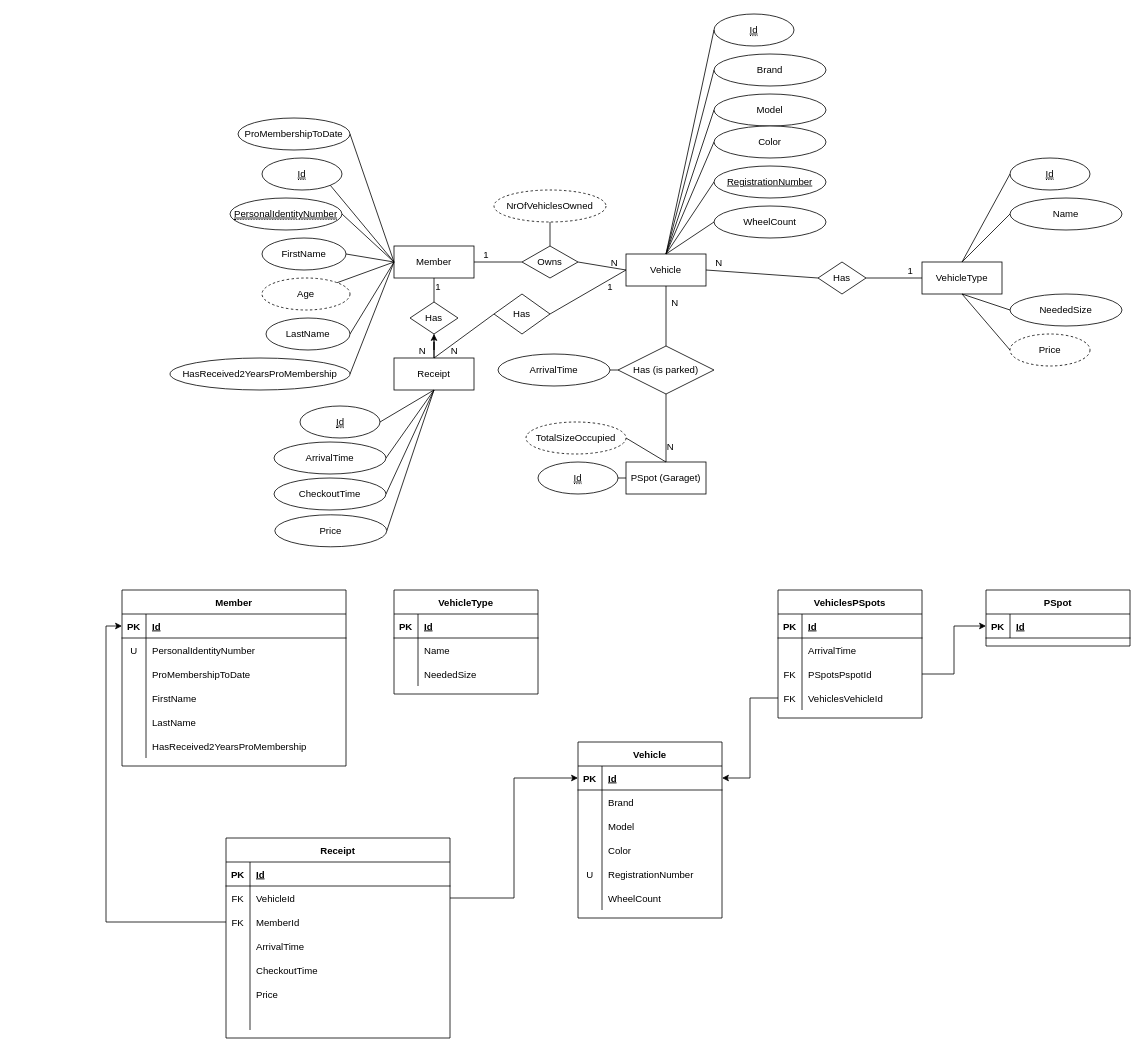
The draw.io diagram MVCGarage/DrawIO/ERGarage.drawio in mskogfeldt/MVCGarage, before the edit. Source tidied: cells renumbered, new cells numbered last; positions are measured from the earlier drawing's top-left corner, leaving out a move shared by most shapes. Both pictures are drawn from the tidied source at 80%, with x=0, y=0 at pixel (122, 14).
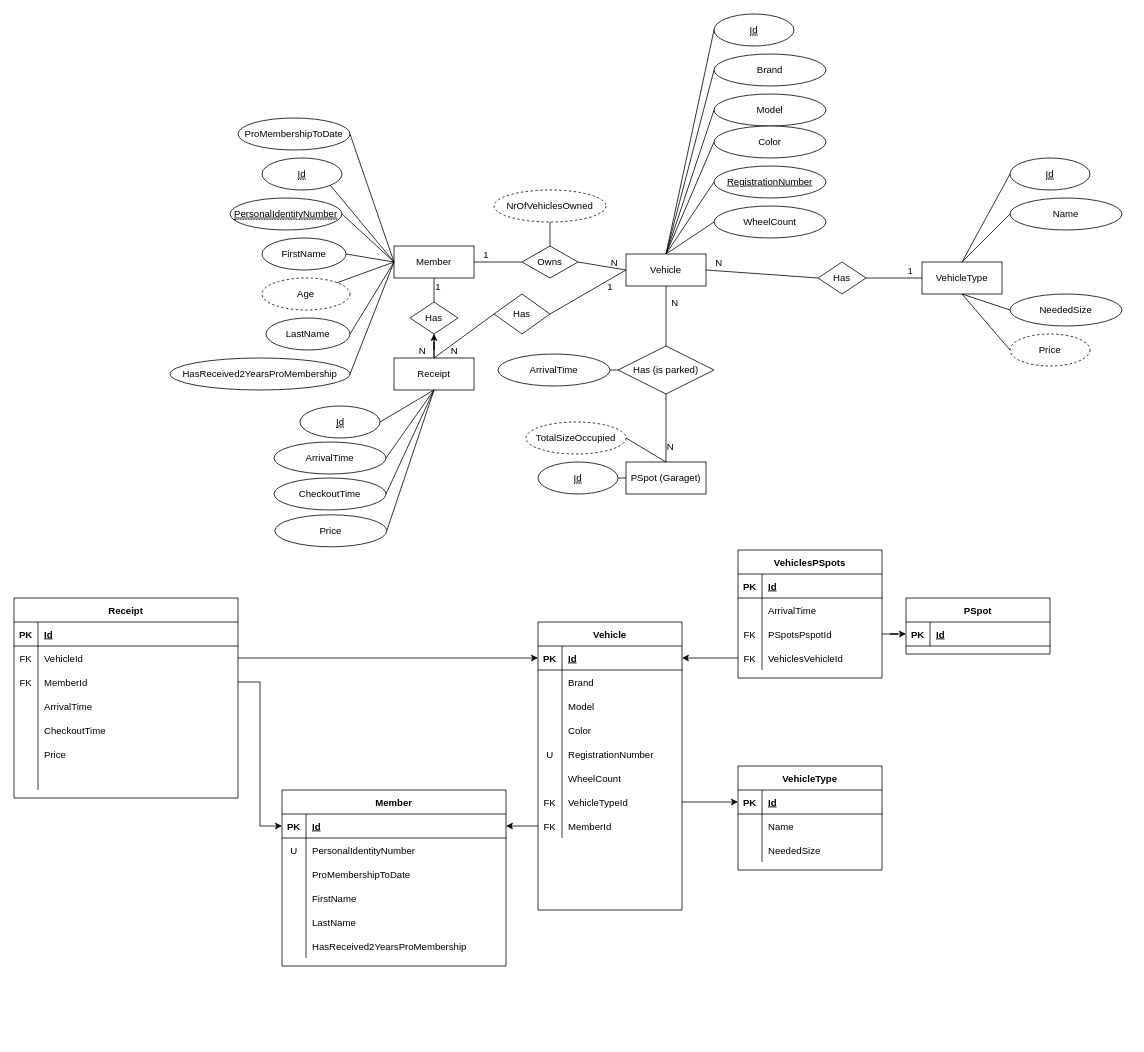
The same page after the edit.

Commit message:
two foreign keys was missing in ER-diagram. Added those and drew lines

Unchanged cells that the change refers to:
```xml
<mxCell id="91" style="shape=tableRow;horizontal=0;startSize=0;swimlaneHead=0;swimlaneBody=0;fillColor=none;points=[[0,0.5],[1,0.5]];portConstraint=eastwest;top=0;left=0;right=0;bottom=1;" parent="90" vertex="1">
  <mxGeometry y="30" width="280" height="30" as="geometry" />
</mxCell>
<mxCell id="127" style="shape=tableRow;horizontal=0;startSize=0;swimlaneHead=0;swimlaneBody=0;fillColor=none;points=[[0,0.5],[1,0.5]];portConstraint=eastwest;top=0;left=0;right=0;bottom=1;" parent="126" vertex="1">
  <mxGeometry y="30" width="180" height="30" as="geometry" />
</mxCell>
```

The edit, as a diff of the source:
```diff
@@
     <mxCell id="44" value="Vehicle" style="shape=table;startSize=30;childLayout=tableLayout;rowLines=0;fontStyle=1;align=center;" parent="1" vertex="1">
-      <mxGeometry x="570" y="910" width="180" height="220" as="geometry" />
+      <mxGeometry x="520" y="760" width="180" height="360" as="geometry" />
     </mxCell>
@@
+    <mxCell id="175" style="shape=tableRow;horizontal=0;startSize=0;swimlaneHead=0;swimlaneBody=0;fillColor=none;points=[[0,0.5],[1,0.5]];portConstraint=eastwest;top=0;left=0;right=0;bottom=0;" parent="44" vertex="1">
+      <mxGeometry y="210" width="180" height="30" as="geometry" />
+    </mxCell>
+    <mxCell id="176" value="FK" style="shape=partialRectangle;fillColor=none;top=0;left=0;bottom=0;right=0;fontStyle=0;overflow=hidden;" parent="175" vertex="1">
+      <mxGeometry width="30" height="30" as="geometry" />
+    </mxCell>
+    <mxCell id="177" value="VehicleTypeId" style="shape=partialRectangle;fillColor=none;top=0;left=0;bottom=0;right=0;align=left;spacingLeft=6;fontStyle=0;overflow=hidden;" parent="175" vertex="1">
+      <mxGeometry x="30" width="150" height="30" as="geometry" />
+    </mxCell>
+    <mxCell id="178" style="shape=tableRow;horizontal=0;startSize=0;swimlaneHead=0;swimlaneBody=0;fillColor=none;points=[[0,0.5],[1,0.5]];portConstraint=eastwest;top=0;left=0;right=0;bottom=0;" parent="44" vertex="1">
+      <mxGeometry y="240" width="180" height="30" as="geometry" />
+    </mxCell>
+    <mxCell id="179" value="FK" style="shape=partialRectangle;fillColor=none;top=0;left=0;bottom=0;right=0;fontStyle=0;overflow=hidden;" parent="178" vertex="1">
+      <mxGeometry width="30" height="30" as="geometry" />
+    </mxCell>
+    <mxCell id="180" value="MemberId" style="shape=partialRectangle;fillColor=none;top=0;left=0;bottom=0;right=0;align=left;spacingLeft=6;fontStyle=0;overflow=hidden;" parent="178" vertex="1">
+      <mxGeometry x="30" width="150" height="30" as="geometry" />
+    </mxCell>
@@
     <mxCell id="66" value="PSpot" style="shape=table;startSize=30;childLayout=tableLayout;rowLines=0;fontStyle=1;align=center;" parent="1" vertex="1">
-      <mxGeometry x="1080" y="720" width="180" height="70" as="geometry" />
+      <mxGeometry x="980" y="730" width="180" height="70" as="geometry" />
     </mxCell>
@@
     <mxCell id="90" value="Member" style="shape=table;startSize=30;childLayout=tableLayout;rowLines=0;fontStyle=1;align=center;" parent="1" vertex="1">
-      <mxGeometry y="720" width="280" height="220" as="geometry" />
+      <mxGeometry x="200" y="970" width="280" height="220" as="geometry" />
     </mxCell>
@@
     <mxCell id="126" value="VehicleType" style="shape=table;startSize=30;childLayout=tableLayout;rowLines=0;fontStyle=1;align=center;" parent="1" vertex="1">
-      <mxGeometry x="340" y="720" width="180" height="130" as="geometry" />
+      <mxGeometry x="770" y="940" width="180" height="130" as="geometry" />
     </mxCell>
@@
     <mxCell id="136" value="VehiclesPSpots" style="shape=table;startSize=30;childLayout=tableLayout;rowLines=0;fontStyle=1;align=center;" parent="1" vertex="1">
-      <mxGeometry x="820" y="720" width="180" height="160" as="geometry" />
+      <mxGeometry x="770" y="670" width="180" height="160" as="geometry" />
     </mxCell>
@@
     <mxCell id="151" value="Receipt" style="shape=table;startSize=30;childLayout=tableLayout;rowLines=0;fontStyle=1;align=center;" parent="1" vertex="1">
-      <mxGeometry x="130" y="1030" width="280" height="250" as="geometry" />
+      <mxGeometry x="-135" y="730" width="280" height="250" as="geometry" />
     </mxCell>
@@
+    <mxCell id="181" style="edgeStyle=orthogonalEdgeStyle;rounded=0;jettySize=auto;html=1;" parent="1" edge="1" source="178" target="91">
+      <mxGeometry relative="1" as="geometry" />
+    </mxCell>
+    <mxCell id="182" style="edgeStyle=orthogonalEdgeStyle;rounded=0;jettySize=auto;html=1;" parent="1" edge="1" source="175" target="127">
+      <mxGeometry relative="1" as="geometry" />
+    </mxCell>
```
